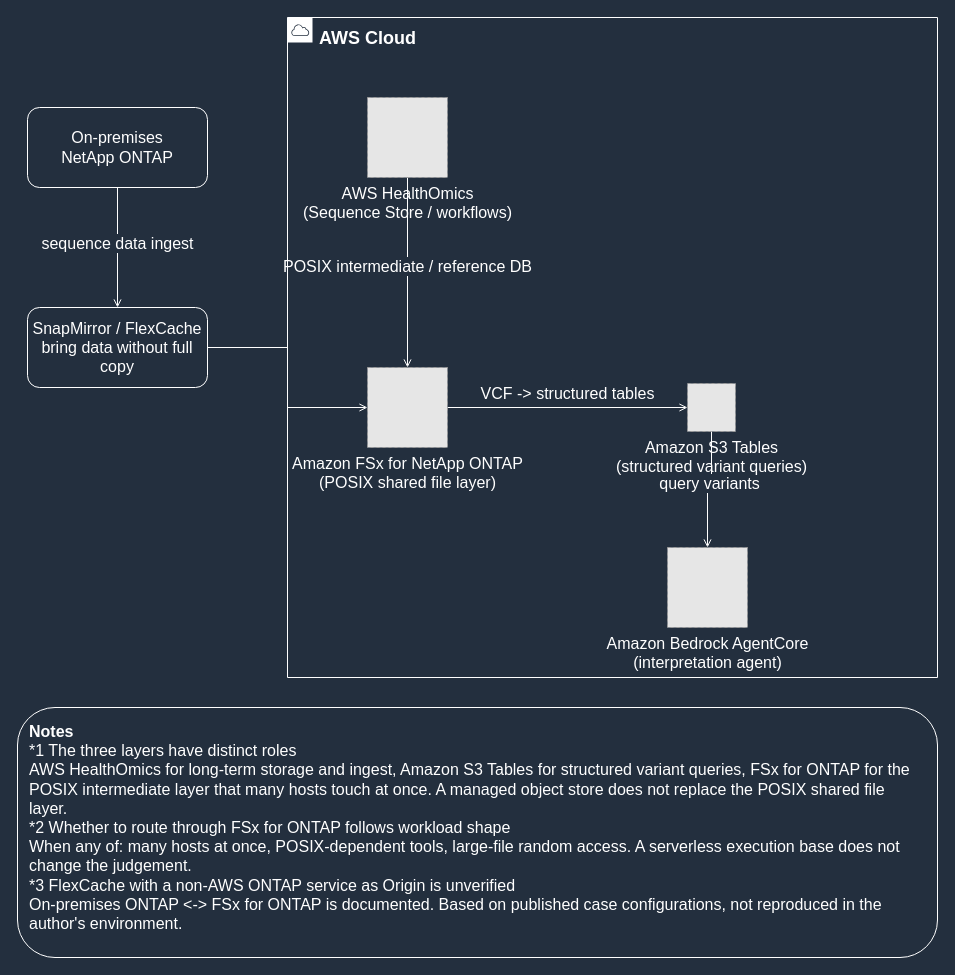
Before: docs/_assets/diagrams/genomics-hpc-data-layers-en-dark.drawio in Yoshiki0705/FSx-for-ONTAP-Adoption-Playbook, a draw.io diagram. Source tidied: cells renumbered, new cells numbered last; positions are measured from the earlier drawing's top-left corner, leaving out a move shared by most shapes. Both pictures are drawn from the tidied source at 100%, with x=0, y=0 at pixel (17, 17). Pictures stored in the file or linked from it are replaced by grey dashed boxes.
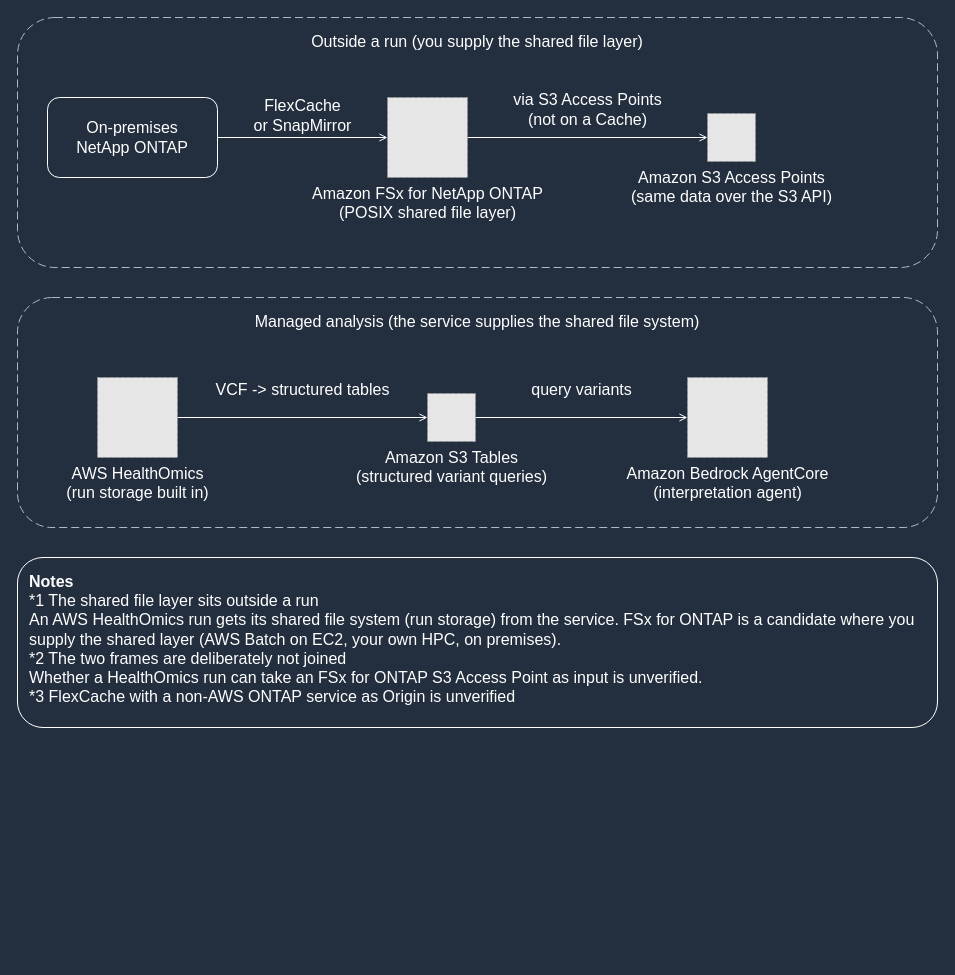
Above is the later version.

What changed in the source:
```diff
@@
 <mxGraphModel background="#232F3E">
   <root>
     <mxCell id="0" />
     <mxCell id="1" parent="0" />
-    <mxCell id="2" value="sequence data ingest" style="edgeStyle=orthogonalEdgeStyle;rounded=0;html=1;endArrow=open;endFill=0;strokeColor=#FFFFFF;strokeWidth=1;fontSize=16;fontColor=#FFFFFF;labelBackgroundColor=#232F3E;exitX=0.5;exitY=1.0;exitDx=0;exitDy=0;entryX=0.5;entryY=0.0;entryDx=0;entryDy=0;" parent="1" edge="1" source="8" target="9">
+    <mxCell id="2" value="FlexCache&lt;br&gt;or SnapMirror" style="edgeStyle=orthogonalEdgeStyle;rounded=0;html=1;endArrow=open;endFill=0;strokeColor=#FFFFFF;strokeWidth=1;fontSize=16;fontColor=#FFFFFF;labelBackgroundColor=#232F3E;exitX=1.0;exitY=0.5;exitDx=0;exitDy=0;entryX=0.0;entryY=0.5;entryDx=0;entryDy=0;" parent="1" edge="1" source="8" target="12">
       <mxGeometry relative="1" as="geometry">
-        <mxPoint y="-4" as="offset" />
+        <mxPoint y="-22" as="offset" />
       </mxGeometry>
     </mxCell>
-    <mxCell id="3" style="edgeStyle=orthogonalEdgeStyle;rounded=0;html=1;endArrow=open;endFill=0;strokeColor=#FFFFFF;strokeWidth=1;fontSize=16;fontColor=#FFFFFF;labelBackgroundColor=#232F3E;exitX=1.0;exitY=0.5;exitDx=0;exitDy=0;entryX=0.0;entryY=0.5;entryDx=0;entryDy=0;" parent="1" edge="1" source="9" target="12">
-      <mxGeometry relative="1" as="geometry" />
+    <mxCell id="3" value="via S3 Access Points&lt;br&gt;(not on a Cache)" style="edgeStyle=orthogonalEdgeStyle;rounded=0;html=1;endArrow=open;endFill=0;strokeColor=#FFFFFF;strokeWidth=1;fontSize=16;fontColor=#FFFFFF;labelBackgroundColor=#232F3E;exitX=1.0;exitY=0.5;exitDx=0;exitDy=0;entryX=0.0;entryY=0.5;entryDx=0;entryDy=0;" parent="1" edge="1" source="12" target="17">
+      <mxGeometry relative="1" as="geometry">
+        <mxPoint y="-28" as="offset" />
+      </mxGeometry>
     </mxCell>
-    <mxCell id="4" value="POSIX intermediate / reference DB" style="edgeStyle=orthogonalEdgeStyle;rounded=0;html=1;endArrow=open;endFill=0;strokeColor=#FFFFFF;strokeWidth=1;fontSize=16;fontColor=#FFFFFF;labelBackgroundColor=#232F3E;exitX=0.5;exitY=1.0;exitDx=0;exitDy=0;entryX=0.5;entryY=0.0;entryDx=0;entryDy=0;" parent="1" edge="1" source="11" target="12">
+    <mxCell id="4" value="VCF -&amp;gt; structured tables" style="edgeStyle=orthogonalEdgeStyle;rounded=0;html=1;endArrow=open;endFill=0;strokeColor=#FFFFFF;strokeWidth=1;fontSize=16;fontColor=#FFFFFF;labelBackgroundColor=#232F3E;exitX=1.0;exitY=0.5;exitDx=0;exitDy=0;entryX=0.0;entryY=0.5;entryDx=0;entryDy=0;" parent="1" edge="1" source="11" target="13">
       <mxGeometry relative="1" as="geometry">
-        <mxPoint y="-6" as="offset" />
+        <mxPoint y="-28" as="offset" />
       </mxGeometry>
     </mxCell>
-    <mxCell id="5" value="VCF -&amp;gt; structured tables" style="edgeStyle=orthogonalEdgeStyle;rounded=0;html=1;endArrow=open;endFill=0;strokeColor=#FFFFFF;strokeWidth=1;fontSize=16;fontColor=#FFFFFF;labelBackgroundColor=#232F3E;exitX=1.0;exitY=0.5;exitDx=0;exitDy=0;entryX=0.0;entryY=0.5;entryDx=0;entryDy=0;" parent="1" edge="1" source="12" target="13">
+    <mxCell id="5" value="query variants" style="edgeStyle=orthogonalEdgeStyle;rounded=0;html=1;endArrow=open;endFill=0;strokeColor=#FFFFFF;strokeWidth=1;fontSize=16;fontColor=#FFFFFF;labelBackgroundColor=#232F3E;exitX=1.0;exitY=0.5;exitDx=0;exitDy=0;entryX=0.0;entryY=0.5;entryDx=0;entryDy=0;" parent="1" edge="1" source="13" target="14">
       <mxGeometry relative="1" as="geometry">
-        <mxPoint y="-14" as="offset" />
+        <mxPoint y="-28" as="offset" />
       </mxGeometry>
     </mxCell>
-    <mxCell id="6" value="query variants" style="edgeStyle=orthogonalEdgeStyle;rounded=0;html=1;endArrow=open;endFill=0;strokeColor=#FFFFFF;strokeWidth=1;fontSize=16;fontColor=#FFFFFF;labelBackgroundColor=#232F3E;exitX=0.5;exitY=1.0;exitDx=0;exitDy=0;entryX=0.5;entryY=0.0;entryDx=0;entryDy=0;" parent="1" edge="1" source="13" target="14">
-      <mxGeometry relative="1" as="geometry">
-        <mxPoint y="-6" as="offset" />
-      </mxGeometry>
-    </mxCell>
-    <mxCell id="7" value="AWS Cloud" style="gradientColor=none;html=1;whiteSpace=wrap;fontSize=18;fontStyle=1;fontColor=#FFFFFF;shape=mxgraph.aws4.group;grIcon=mxgraph.aws4.group_aws_cloud;strokeColor=#FFFFFF;fillColor=none;verticalAlign=top;align=left;spacingLeft=30;spacingTop=4;dashed=0;labelBackgroundColor=#232F3E;" parent="1" vertex="1">
-      <mxGeometry x="270" width="650" height="660" as="geometry" />
-    </mxCell>
+    <mxCell id="15" value="Outside a run (you supply the shared file layer)" style="rounded=1;whiteSpace=wrap;html=1;dashed=1;dashPattern=8 4;strokeColor=#B0B8C1;fillColor=none;fontColor=#FFFFFF;fontSize=16;verticalAlign=top;align=center;spacingTop=8;" parent="1" vertex="1">
+      <mxGeometry width="920" height="250" as="geometry" />
+    </mxCell>
+    <mxCell id="16" value="Managed analysis (the service supplies the shared file system)" style="rounded=1;whiteSpace=wrap;html=1;dashed=1;dashPattern=8 4;strokeColor=#B0B8C1;fillColor=none;fontColor=#FFFFFF;fontSize=16;verticalAlign=top;align=center;spacingTop=8;" parent="1" vertex="1">
+      <mxGeometry y="280" width="920" height="230" as="geometry" />
+    </mxCell>
     <mxCell id="8" value="On-premises&lt;br&gt;NetApp ONTAP" style="rounded=1;whiteSpace=wrap;html=1;strokeColor=#FFFFFF;fillColor=none;fontColor=#FFFFFF;fontSize=16;verticalAlign=middle;align=center;" parent="1" vertex="1">
-      <mxGeometry x="10" y="90" width="180" height="80" as="geometry" />
+      <mxGeometry x="30" y="80" width="170" height="80" as="geometry" />
     </mxCell>
-    <mxCell id="9" value="SnapMirror / FlexCache&lt;br&gt;bring data without full copy" style="rounded=1;whiteSpace=wrap;html=1;strokeColor=#FFFFFF;fillColor=none;fontColor=#FFFFFF;fontSize=16;verticalAlign=middle;align=center;" parent="1" vertex="1">
-      <mxGeometry x="10" y="290" width="180" height="80" as="geometry" />
-    </mxCell>
-    <mxCell id="10" value="&lt;b&gt;Notes&lt;/b&gt;&lt;br&gt;*1 The three layers have distinct roles&lt;br&gt;AWS HealthOmics for long-term storage and ingest, Amazon S3 Tables for structured variant queries, FSx for ONTAP for the POSIX intermediate layer that many hosts touch at once. A managed object store does not replace the POSIX shared file layer.&lt;br&gt;*2 Whether to route through FSx for ONTAP follows workload shape&lt;br&gt;When any of: many hosts at once, POSIX-dependent tools, large-file random access. A serverless execution base does not change the judgement.&lt;br&gt;*3 FlexCache with a non-AWS ONTAP service as Origin is unverified&lt;br&gt;On-premises ONTAP &amp;lt;-&amp;gt; FSx for ONTAP is documented. Based on published case configurations, not reproduced in the author's environment." style="rounded=1;whiteSpace=wrap;html=1;strokeColor=#FFFFFF;fillColor=none;fontColor=#FFFFFF;fontSize=16;verticalAlign=top;align=left;spacingLeft=10;spacingRight=10;spacingTop=8;" parent="1" vertex="1">
-      <mxGeometry y="690" width="920" height="250" as="geometry" />
+    <mxCell id="10" value="&lt;b&gt;Notes&lt;/b&gt;&lt;br&gt;*1 The shared file layer sits outside a run&lt;br&gt;An AWS HealthOmics run gets its shared file system (run storage) from the service. FSx for ONTAP is a candidate where you supply the shared layer (AWS Batch on EC2, your own HPC, on premises).&lt;br&gt;*2 The two frames are deliberately not joined&lt;br&gt;Whether a HealthOmics run can take an FSx for ONTAP S3 Access Point as input is unverified.&lt;br&gt;*3 FlexCache with a non-AWS ONTAP service as Origin is unverified" style="rounded=1;whiteSpace=wrap;html=1;strokeColor=#FFFFFF;fillColor=none;fontColor=#FFFFFF;fontSize=16;verticalAlign=top;align=left;spacingLeft=10;spacingRight=10;spacingTop=8;" parent="1" vertex="1">
+      <mxGeometry y="540" width="920" height="170" as="geometry" />
     </mxCell>
+    <mxCell id="12" value="Amazon FSx for NetApp ONTAP&lt;br&gt;(POSIX shared file layer)" style="fillColor=#E6E6E6;strokeColor=#999999;dashed=1;html=1;verticalLabelPosition=bottom;verticalAlign=top;labelPosition=center;align=center;fontSize=16;fontColor=#FFFFFF;" parent="1" vertex="1">
+      <mxGeometry x="370" y="80" width="80" height="80" as="geometry" />
+    </mxCell>
+    <mxCell id="17" value="Amazon S3 Access Points&lt;br&gt;(same data over the S3 API)" style="fillColor=#E6E6E6;strokeColor=#999999;dashed=1;html=1;verticalLabelPosition=bottom;verticalAlign=top;labelPosition=center;align=center;fontSize=16;fontColor=#FFFFFF;" parent="1" vertex="1">
+      <mxGeometry x="690" y="96" width="48" height="48" as="geometry" />
+    </mxCell>
-    <mxCell id="11" value="AWS HealthOmics&lt;br&gt;(Sequence Store / workflows)" style="fillColor=#E6E6E6;strokeColor=#999999;dashed=1;html=1;verticalLabelPosition=bottom;verticalAlign=top;labelPosition=center;align=center;fontSize=16;fontColor=#FFFFFF;" parent="1" vertex="1">
-      <mxGeometry x="350" y="80" width="80" height="80" as="geometry" />
+    <mxCell id="11" value="AWS HealthOmics&lt;br&gt;(run storage built in)" style="fillColor=#E6E6E6;strokeColor=#999999;dashed=1;html=1;verticalLabelPosition=bottom;verticalAlign=top;labelPosition=center;align=center;fontSize=16;fontColor=#FFFFFF;" parent="1" vertex="1">
+      <mxGeometry x="80" y="360" width="80" height="80" as="geometry" />
     </mxCell>
-    <mxCell id="12" value="Amazon FSx for NetApp ONTAP&lt;br&gt;(POSIX shared file layer)" style="fillColor=#E6E6E6;strokeColor=#999999;dashed=1;html=1;verticalLabelPosition=bottom;verticalAlign=top;labelPosition=center;align=center;fontSize=16;fontColor=#FFFFFF;" parent="1" vertex="1">
-      <mxGeometry x="350" y="350" width="80" height="80" as="geometry" />
-    </mxCell>
     <mxCell id="13" value="Amazon S3 Tables&lt;br&gt;(structured variant queries)" style="fillColor=#E6E6E6;strokeColor=#999999;dashed=1;html=1;verticalLabelPosition=bottom;verticalAlign=top;labelPosition=center;align=center;fontSize=16;fontColor=#FFFFFF;" parent="1" vertex="1">
-      <mxGeometry x="670" y="366" width="48" height="48" as="geometry" />
+      <mxGeometry x="410" y="376" width="48" height="48" as="geometry" />
     </mxCell>
     <mxCell id="14" value="Amazon Bedrock AgentCore&lt;br&gt;(interpretation agent)" style="fillColor=#E6E6E6;strokeColor=#999999;dashed=1;html=1;verticalLabelPosition=bottom;verticalAlign=top;labelPosition=center;align=center;fontSize=16;fontColor=#FFFFFF;" parent="1" vertex="1">
-      <mxGeometry x="650" y="530" width="80" height="80" as="geometry" />
+      <mxGeometry x="670" y="360" width="80" height="80" as="geometry" />
     </mxCell>
   </root>
 </mxGraphModel>
```
